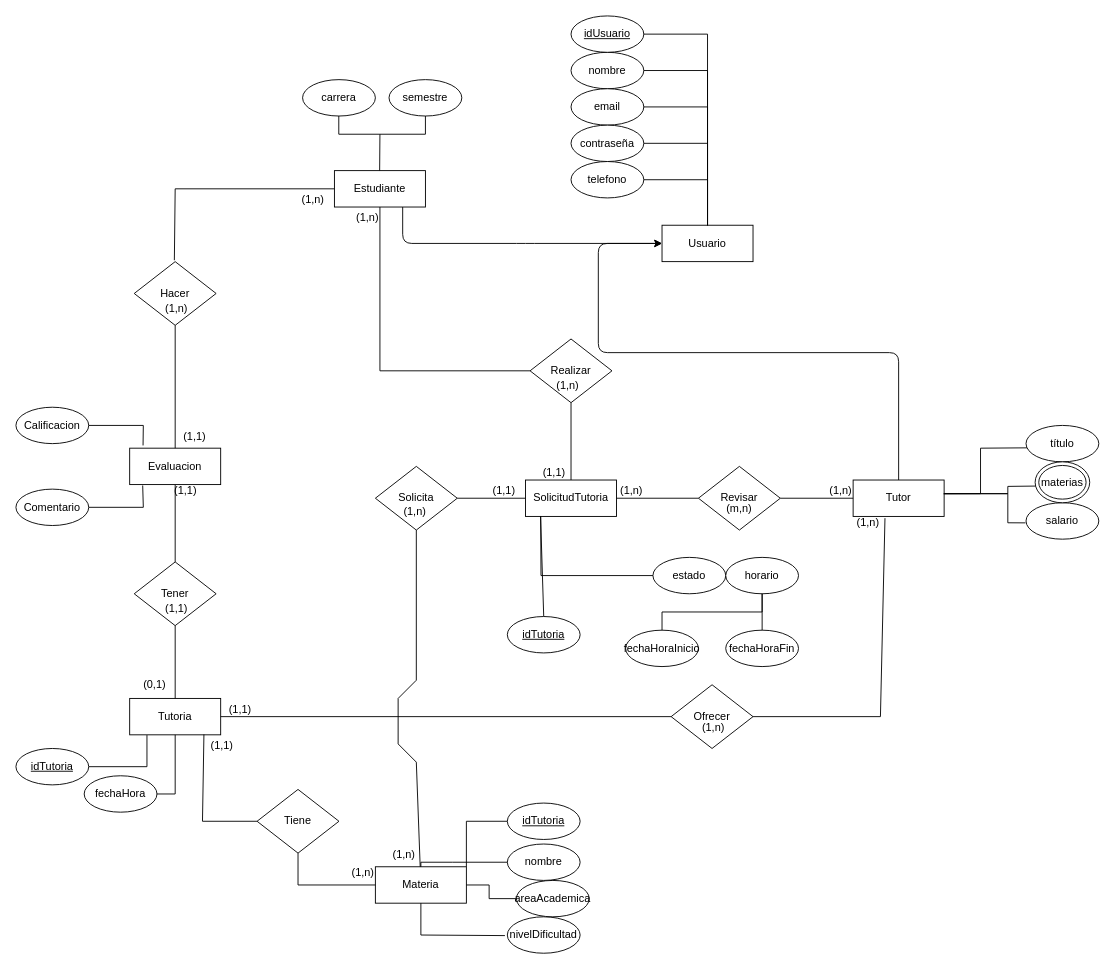
Earlier version of the draw.io diagram Diagramas/mer.drawio (migueCOLORADO/TutoriasAcademicasBD). Source tidied: cells renumbered, new cells numbered last; positions are measured from the earlier drawing's top-left corner, leaving out a move shared by most shapes. Both pictures are drawn from the tidied source at 91%, with x=0, y=0 at pixel (15, 15).
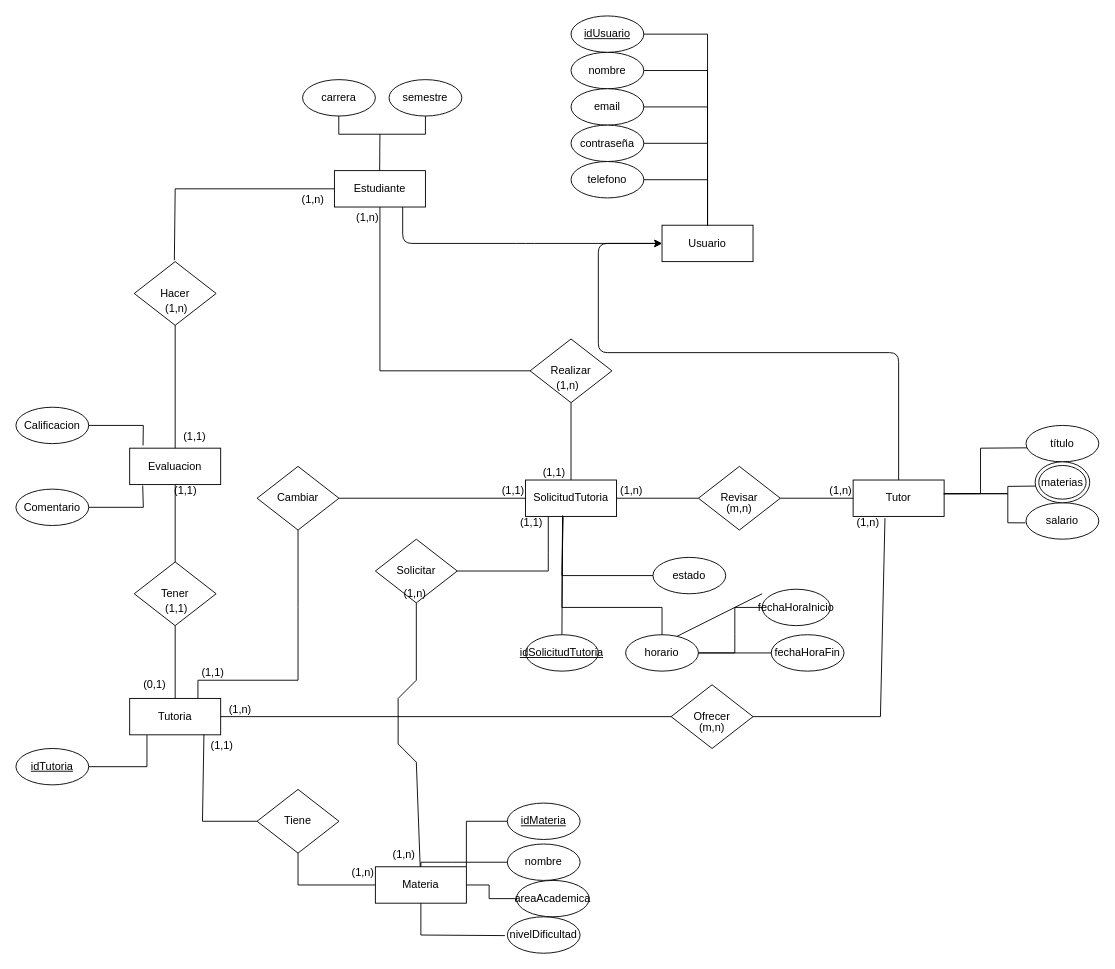
After the change.

Commit message (it also covers changes not shown here):
V3.2 | Mod readme y diagrama

Unchanged cells that the change refers to:
```xml
<mxCell id="25" value="Tutoria" style="whiteSpace=wrap;html=1;align=center;" parent="1" vertex="1">
  <mxGeometry x="125" y="750" width="100" height="40" as="geometry" />
</mxCell>
<mxCell id="29" value="SolicitudTutoria" style="whiteSpace=wrap;html=1;align=center;" parent="1" vertex="1">
  <mxGeometry x="560" y="510" width="100" height="40" as="geometry" />
</mxCell>
<mxCell id="34" value="estado" style="ellipse;whiteSpace=wrap;html=1;align=center;" parent="1" vertex="1">
  <mxGeometry x="700" y="595" width="80" height="40" as="geometry" />
</mxCell>
```

The edit, as a diff of the source:
```diff
@@
-    <mxCell id="26" value="fechaHora" style="ellipse;whiteSpace=wrap;html=1;align=center;" parent="1" vertex="1">
-      <mxGeometry x="75" y="835" width="80" height="40" as="geometry" />
-    </mxCell>
-    <mxCell id="27" style="endArrow=none;html=1;rounded=0;entryX=0.5;entryY=1;entryDx=0;entryDy=0;exitX=1;exitY=0.5;exitDx=0;exitDy=0;" parent="1" edge="1" source="26" target="25">
-      <mxGeometry relative="1" as="geometry">
-        <Array as="points">
-          <mxPoint x="175" y="855" />
-        </Array>
-      </mxGeometry>
-    </mxCell>
@@
-    <mxCell id="35" value="fechaHoraInicio" style="ellipse;whiteSpace=wrap;html=1;align=center;" parent="1" vertex="1">
-      <mxGeometry x="670" y="675" width="80" height="40" as="geometry" />
-    </mxCell>
-    <mxCell id="36" value="horario" style="ellipse;whiteSpace=wrap;html=1;align=center;" parent="1" vertex="1">
-      <mxGeometry x="780" y="595" width="80" height="40" as="geometry" />
-    </mxCell>
-    <mxCell id="37" value="fechaHoraFin" style="ellipse;whiteSpace=wrap;html=1;align=center;" parent="1" vertex="1">
-      <mxGeometry x="780" y="675" width="80" height="40" as="geometry" />
-    </mxCell>
@@
-    <mxCell id="48" style="endArrow=none;html=1;rounded=0;entryX=0.167;entryY=1;entryDx=0;entryDy=0;exitX=0;exitY=0.5;exitDx=0;exitDy=0;entryPerimeter=0;" parent="1" edge="1" source="34" target="29">
+    <mxCell id="48" style="endArrow=none;html=1;rounded=0;entryX=0.413;entryY=1.021;entryDx=0;entryDy=0;exitX=0;exitY=0.5;exitDx=0;exitDy=0;entryPerimeter=0;" parent="1" edge="1" source="34" target="29">
       <mxGeometry relative="1" as="geometry">
         <Array as="points">
-          <mxPoint x="577" y="615" />
+          <mxPoint x="600" y="615" />
         </Array>
       </mxGeometry>
     </mxCell>
@@
-    <mxCell id="56" style="endArrow=none;html=1;rounded=0;entryX=0.5;entryY=1;entryDx=0;entryDy=0;exitX=0.5;exitY=0;exitDx=0;exitDy=0;" parent="1" edge="1" source="35" target="36">
-      <mxGeometry relative="1" as="geometry">
-        <Array as="points">
-          <mxPoint x="710" y="655" />
-          <mxPoint x="820" y="655" />
-        </Array>
-      </mxGeometry>
-    </mxCell>
-    <mxCell id="57" style="endArrow=none;html=1;rounded=0;entryX=0.5;entryY=1;entryDx=0;entryDy=0;exitX=0.5;exitY=0;exitDx=0;exitDy=0;" parent="1" edge="1" source="37" target="36">
-      <mxGeometry relative="1" as="geometry" />
+    <mxCell id="57" style="endArrow=none;html=1;rounded=0;entryX=0.5;entryY=1;entryDx=0;entryDy=0;exitX=0.5;exitY=0;exitDx=0;exitDy=0;" parent="1" edge="1">
+      <mxGeometry relative="1" as="geometry">
+        <mxPoint x="720" y="685" as="sourcePoint" />
+        <mxPoint x="820" y="635" as="targetPoint" />
+      </mxGeometry>
     </mxCell>
@@
-    <mxCell id="64" style="endArrow=none;html=1;rounded=0;exitX=0.5;exitY=0;exitDx=0;exitDy=0;entryX=0.165;entryY=0.988;entryDx=0;entryDy=0;entryPerimeter=0;" parent="1" edge="1" source="65" target="29">
+    <mxCell id="64" style="endArrow=none;html=1;rounded=0;exitX=0.5;exitY=0;exitDx=0;exitDy=0;entryX=0.407;entryY=0.999;entryDx=0;entryDy=0;entryPerimeter=0;" parent="1" edge="1" source="65" target="29">
       <mxGeometry relative="1" as="geometry" />
     </mxCell>
-    <mxCell id="65" value="idTutoria" style="ellipse;whiteSpace=wrap;html=1;align=center;fontStyle=4;" parent="1" vertex="1">
-      <mxGeometry x="540" y="660" width="80" height="40" as="geometry" />
+    <mxCell id="65" value="idSolicitudTutoria" style="ellipse;whiteSpace=wrap;html=1;align=center;fontStyle=4;" parent="1" vertex="1">
+      <mxGeometry x="560" y="680" width="80" height="40" as="geometry" />
     </mxCell>
@@
-    <mxCell id="69" value="(1,1)" style="html=1;whiteSpace=wrap;align=right;verticalAlign=bottom;" parent="1" vertex="1">
+    <mxCell id="69" value="(1,n)" style="html=1;whiteSpace=wrap;align=right;verticalAlign=bottom;" parent="1" vertex="1">
       <mxGeometry x="260" y="770" as="geometry" />
     </mxCell>
@@
-    <mxCell id="72" value="(1,n)" style="html=1;whiteSpace=wrap;align=right;verticalAlign=bottom;" parent="1" vertex="1">
+    <mxCell id="72" value="(m,n)" style="html=1;whiteSpace=wrap;align=right;verticalAlign=bottom;" parent="1" vertex="1">
       <mxGeometry x="780" y="790" as="geometry" />
     </mxCell>
@@
-    <mxCell id="95" value="Solicita" style="shape=rhombus;perimeter=rhombusPerimeter;whiteSpace=wrap;html=1;align=center;" parent="1" vertex="1">
-      <mxGeometry x="395" y="495" width="90" height="70" as="geometry" />
+    <mxCell id="95" value="Solicitar" style="shape=rhombus;perimeter=rhombusPerimeter;whiteSpace=wrap;html=1;align=center;" parent="1" vertex="1">
+      <mxGeometry x="395" y="575" width="90" height="70" as="geometry" />
     </mxCell>
@@
-    <mxCell id="97" style="endArrow=none;html=1;rounded=0;entryX=1;entryY=0.5;entryDx=0;entryDy=0;exitX=0;exitY=0.5;exitDx=0;exitDy=0;" parent="1" edge="1" source="29" target="95">
-      <mxGeometry relative="1" as="geometry" />
+    <mxCell id="97" style="endArrow=none;html=1;rounded=0;entryX=1;entryY=0.5;entryDx=0;entryDy=0;exitX=0.25;exitY=1;exitDx=0;exitDy=0;" parent="1" edge="1" source="29" target="95">
+      <mxGeometry relative="1" as="geometry">
+        <Array as="points">
+          <mxPoint x="585" y="590" />
+          <mxPoint x="585" y="610" />
+        </Array>
+      </mxGeometry>
     </mxCell>
     <mxCell id="98" value="(1,1)" style="html=1;whiteSpace=wrap;align=right;verticalAlign=bottom;" parent="1" vertex="1">
-      <mxGeometry x="550" y="530" as="geometry" />
+      <mxGeometry x="580" y="565" as="geometry" />
     </mxCell>
-    <mxCell id="99" value="idTutoria" style="ellipse;whiteSpace=wrap;html=1;align=center;fontStyle=4;" parent="1" vertex="1">
+    <mxCell id="99" value="idMateria" style="ellipse;whiteSpace=wrap;html=1;align=center;fontStyle=4;" parent="1" vertex="1">
       <mxGeometry x="540" y="865" width="80" height="40" as="geometry" />
     </mxCell>
@@
     <mxCell id="101" value="(1,n)" style="html=1;whiteSpace=wrap;align=right;verticalAlign=bottom;" parent="1" vertex="1">
-      <mxGeometry x="445" y="680" as="geometry">
+      <mxGeometry x="445" y="770" as="geometry">
         <mxPoint x="7" y="-127" as="offset" />
       </mxGeometry>
     </mxCell>
+    <mxCell id="102" value="Cambiar" style="shape=rhombus;perimeter=rhombusPerimeter;whiteSpace=wrap;html=1;align=center;" parent="1" vertex="1">
+      <mxGeometry x="265" y="495" width="90" height="70" as="geometry" />
+    </mxCell>
+    <mxCell id="103" style="endArrow=none;html=1;rounded=0;entryX=1;entryY=0.5;entryDx=0;entryDy=0;exitX=0;exitY=0.5;exitDx=0;exitDy=0;" parent="1" edge="1" source="29" target="102">
+      <mxGeometry relative="1" as="geometry" />
+    </mxCell>
+    <mxCell id="104" style="endArrow=none;html=1;rounded=0;entryX=0.75;entryY=0;entryDx=0;entryDy=0;exitX=0.5;exitY=1;exitDx=0;exitDy=0;" parent="1" edge="1" source="102" target="25">
+      <mxGeometry relative="1" as="geometry">
+        <Array as="points">
+          <mxPoint x="310" y="650" />
+          <mxPoint x="310" y="730" />
+          <mxPoint x="200" y="730" />
+        </Array>
+      </mxGeometry>
+    </mxCell>
+    <mxCell id="105" value="(1,1)" style="html=1;whiteSpace=wrap;align=right;verticalAlign=bottom;" parent="1" vertex="1">
+      <mxGeometry x="560" y="530" as="geometry" />
+    </mxCell>
+    <mxCell id="106" value="(1,1)" style="html=1;whiteSpace=wrap;align=right;verticalAlign=bottom;" parent="1" vertex="1">
+      <mxGeometry x="230" y="730" as="geometry" />
+    </mxCell>
+    <mxCell id="35" value="fechaHoraInicio" style="ellipse;whiteSpace=wrap;html=1;align=center;" parent="1" vertex="1">
+      <mxGeometry x="820" y="630" width="75" height="40" as="geometry" />
+    </mxCell>
+    <mxCell id="36" value="horario" style="ellipse;whiteSpace=wrap;html=1;align=center;" parent="1" vertex="1">
+      <mxGeometry x="670" y="680" width="80" height="40" as="geometry" />
+    </mxCell>
+    <mxCell id="37" value="fechaHoraFin" style="ellipse;whiteSpace=wrap;html=1;align=center;" parent="1" vertex="1">
+      <mxGeometry x="830" y="680" width="80" height="40" as="geometry" />
+    </mxCell>
+    <mxCell id="107" style="endArrow=none;html=1;rounded=0;exitX=1;exitY=0.5;exitDx=0;exitDy=0;entryX=0;entryY=0.5;entryDx=0;entryDy=0;" parent="1" edge="1" source="36" target="35">
+      <mxGeometry relative="1" as="geometry">
+        <Array as="points">
+          <mxPoint x="790" y="700" />
+          <mxPoint x="790" y="680" />
+          <mxPoint x="790" y="650" />
+        </Array>
+      </mxGeometry>
+    </mxCell>
+    <mxCell id="108" style="endArrow=none;html=1;rounded=0;exitX=1;exitY=0.5;exitDx=0;exitDy=0;entryX=0;entryY=0.5;entryDx=0;entryDy=0;" parent="1" edge="1" source="36" target="37">
+      <mxGeometry relative="1" as="geometry">
+        <Array as="points">
+          <mxPoint x="790" y="700" />
+        </Array>
+      </mxGeometry>
+    </mxCell>
+    <mxCell id="109" style="endArrow=none;html=1;rounded=0;exitX=0.408;exitY=0.97;exitDx=0;exitDy=0;entryX=0.5;entryY=0;entryDx=0;entryDy=0;exitPerimeter=0;" parent="1" edge="1" source="29" target="36">
+      <mxGeometry relative="1" as="geometry">
+        <Array as="points">
+          <mxPoint x="600" y="650" />
+          <mxPoint x="710" y="650" />
+        </Array>
+      </mxGeometry>
+    </mxCell>
```
